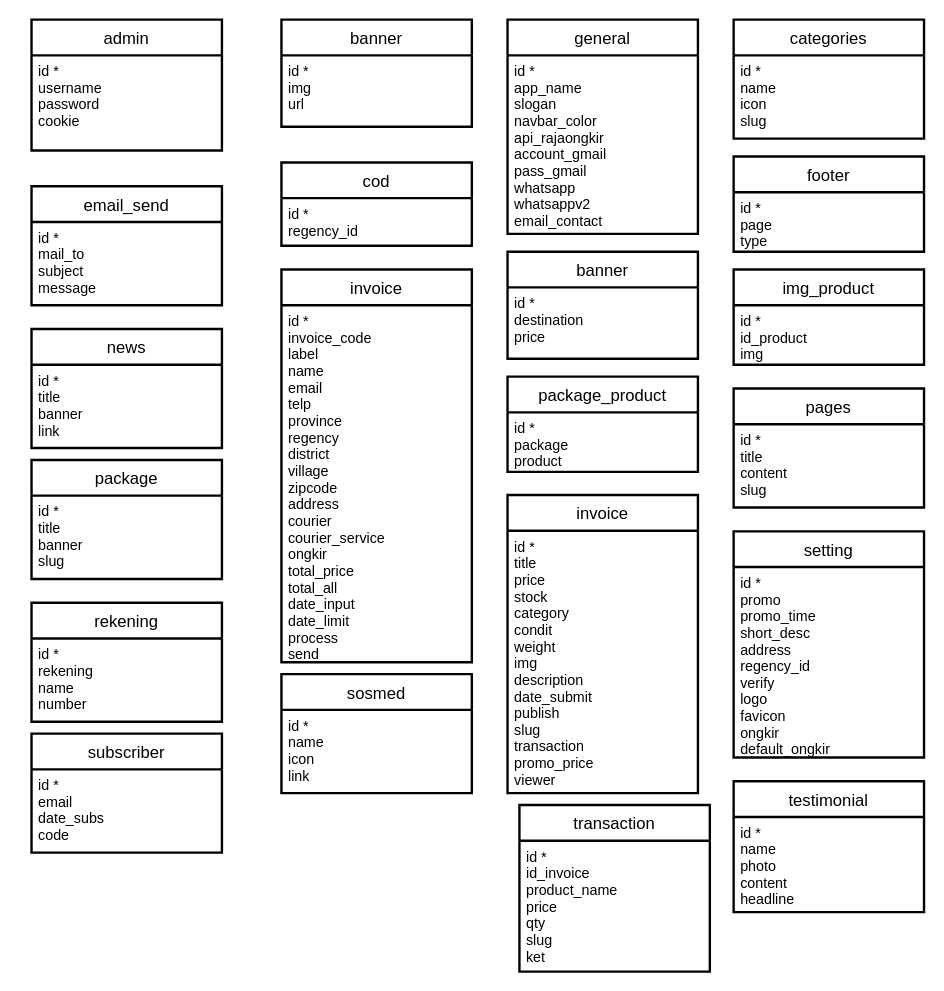
The draw.io diagram draw.io/Database.drawio in didikurniawann/skripsi, before the edit. Source tidied: cells renumbered, new cells numbered last; positions are measured from the earlier drawing's top-left corner, leaving out a move shared by most shapes. Both pictures are drawn from the tidied source at 119%, with x=0, y=0 at pixel (31, 19).
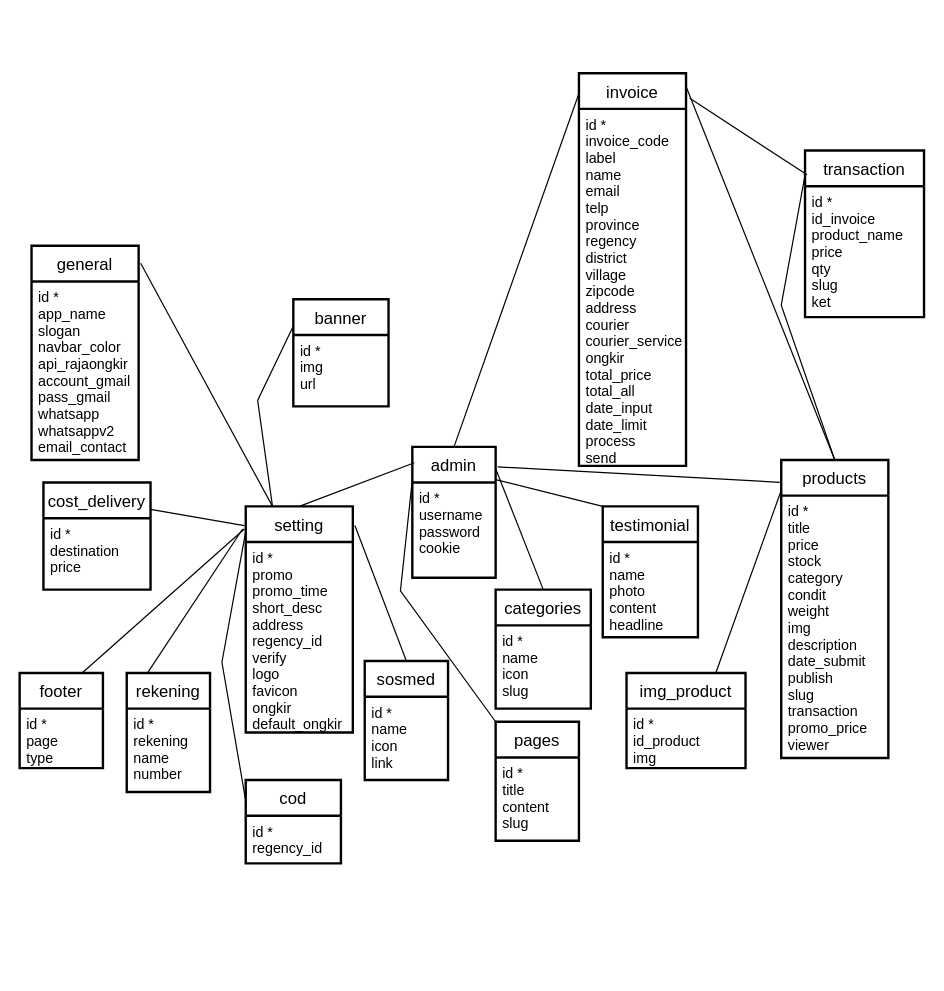
The same page after the edit.

What changed in the source:
```diff
@@
     <mxCell id="2" value="admin" style="swimlane;horizontal=1;startSize=30;rounded=1;fontSize=14;fontStyle=0;strokeWidth=2;shadow=0;dashed=0;align=center;arcSize=0;" parent="1" vertex="1">
-      <mxGeometry width="160" height="110" as="geometry" />
+      <mxGeometry x="320" y="359" width="70" height="110" as="geometry" />
     </mxCell>
     <mxCell id="3" value="id *&#10;username&#10;password&#10;cookie" style="align=left;strokeColor=none;fillColor=none;spacingLeft=4;fontSize=12;verticalAlign=top;fontStyle=0;" parent="2" vertex="1">
-      <mxGeometry y="30" width="160" height="80" as="geometry" />
+      <mxGeometry y="30" width="70" height="80" as="geometry" />
     </mxCell>
     <mxCell id="4" value="banner" style="swimlane;horizontal=1;startSize=30;rounded=1;fontSize=14;fontStyle=0;strokeWidth=2;shadow=0;dashed=0;align=center;arcSize=0;" parent="1" vertex="1">
-      <mxGeometry x="210" width="160" height="90" as="geometry" />
+      <mxGeometry x="220" y="235" width="80" height="90" as="geometry" />
     </mxCell>
     <mxCell id="5" value="id *&#10;img&#10;url" style="align=left;strokeColor=none;fillColor=none;spacingLeft=4;fontSize=12;verticalAlign=top;fontStyle=0;" parent="4" vertex="1">
-      <mxGeometry y="30" width="160" height="60" as="geometry" />
+      <mxGeometry y="30" width="80" height="60" as="geometry" />
     </mxCell>
     <mxCell id="6" value="categories" style="swimlane;horizontal=1;startSize=30;rounded=1;fontSize=14;fontStyle=0;strokeWidth=2;shadow=0;dashed=0;align=center;arcSize=0;" parent="1" vertex="1">
-      <mxGeometry x="590" width="160" height="100" as="geometry" />
+      <mxGeometry x="390" y="479" width="80" height="100" as="geometry" />
     </mxCell>
     <mxCell id="7" value="id *&#10;name&#10;icon&#10;slug" style="align=left;strokeColor=none;fillColor=none;spacingLeft=4;fontSize=12;verticalAlign=top;fontStyle=0;" parent="6" vertex="1">
-      <mxGeometry y="30" width="160" height="70" as="geometry" />
+      <mxGeometry y="30" width="80" height="70" as="geometry" />
     </mxCell>
     <mxCell id="8" value="cod" style="swimlane;horizontal=1;startSize=30;rounded=1;fontSize=14;fontStyle=0;strokeWidth=2;shadow=0;dashed=0;align=center;arcSize=0;" parent="1" vertex="1">
-      <mxGeometry x="210" y="120" width="160" height="70" as="geometry" />
+      <mxGeometry x="180" y="639" width="80" height="70" as="geometry" />
     </mxCell>
     <mxCell id="9" value="id *&#10;regency_id" style="align=left;strokeColor=none;fillColor=none;spacingLeft=4;fontSize=12;verticalAlign=top;fontStyle=0;" parent="8" vertex="1">
-      <mxGeometry y="30" width="160" height="40" as="geometry" />
+      <mxGeometry y="30" width="80" height="40" as="geometry" />
     </mxCell>
-    <mxCell id="10" value="banner" style="swimlane;horizontal=1;startSize=30;rounded=1;fontSize=14;fontStyle=0;strokeWidth=2;shadow=0;dashed=0;align=center;arcSize=0;" parent="1" vertex="1">
-      <mxGeometry x="400" y="195" width="160" height="90" as="geometry" />
+    <mxCell id="10" value="cost_delivery" style="swimlane;horizontal=1;startSize=30;rounded=1;fontSize=14;fontStyle=0;strokeWidth=2;shadow=0;dashed=0;align=center;arcSize=0;" parent="1" vertex="1">
+      <mxGeometry x="10" y="389" width="90" height="90" as="geometry" />
     </mxCell>
     <mxCell id="11" value="id *&#10;destination&#10;price" style="align=left;strokeColor=none;fillColor=none;spacingLeft=4;fontSize=12;verticalAlign=top;fontStyle=0;" parent="10" vertex="1">
-      <mxGeometry y="30" width="160" height="60" as="geometry" />
+      <mxGeometry y="30" width="90" height="60" as="geometry" />
     </mxCell>
-    <mxCell id="12" value="email_send" style="swimlane;horizontal=1;startSize=30;rounded=1;fontSize=14;fontStyle=0;strokeWidth=2;shadow=0;dashed=0;align=center;arcSize=0;" parent="1" vertex="1">
-      <mxGeometry y="140" width="160" height="100" as="geometry" />
-    </mxCell>
-    <mxCell id="13" value="id *&#10;mail_to&#10;subject&#10;message" style="align=left;strokeColor=none;fillColor=none;spacingLeft=4;fontSize=12;verticalAlign=top;fontStyle=0;" parent="12" vertex="1">
-      <mxGeometry y="30" width="160" height="70" as="geometry" />
-    </mxCell>
     <mxCell id="14" value="footer" style="swimlane;horizontal=1;startSize=30;rounded=1;fontSize=14;fontStyle=0;strokeWidth=2;shadow=0;dashed=0;align=center;arcSize=0;" parent="1" vertex="1">
-      <mxGeometry x="590" y="115" width="160" height="80" as="geometry" />
+      <mxGeometry x="-10" y="549" width="70" height="80" as="geometry" />
     </mxCell>
     <mxCell id="15" value="id *&#10;page&#10;type" style="align=left;strokeColor=none;fillColor=none;spacingLeft=4;fontSize=12;verticalAlign=top;fontStyle=0;" parent="14" vertex="1">
-      <mxGeometry y="30" width="160" height="50" as="geometry" />
+      <mxGeometry y="30" width="70" height="50" as="geometry" />
     </mxCell>
     <mxCell id="16" value="general" style="swimlane;horizontal=1;startSize=30;rounded=1;fontSize=14;fontStyle=0;strokeWidth=2;shadow=0;dashed=0;align=center;arcSize=0;" parent="1" vertex="1">
-      <mxGeometry x="400" width="160" height="180" as="geometry" />
+      <mxGeometry y="190" width="90" height="180" as="geometry" />
     </mxCell>
     <mxCell id="17" value="id *&#10;app_name&#10;slogan&#10;navbar_color&#10;api_rajaongkir&#10;account_gmail&#10;pass_gmail&#10;whatsapp&#10;whatsappv2&#10;email_contact" style="align=left;strokeColor=none;fillColor=none;spacingLeft=4;fontSize=12;verticalAlign=top;fontStyle=0;" parent="16" vertex="1">
-      <mxGeometry y="30" width="160" height="150" as="geometry" />
+      <mxGeometry y="30" width="90" height="150" as="geometry" />
     </mxCell>
     <mxCell id="18" value="img_product" style="swimlane;horizontal=1;startSize=30;rounded=1;fontSize=14;fontStyle=0;strokeWidth=2;shadow=0;dashed=0;align=center;arcSize=0;" parent="1" vertex="1">
-      <mxGeometry x="590" y="210" width="160" height="80" as="geometry" />
+      <mxGeometry x="500" y="549" width="100" height="80" as="geometry" />
     </mxCell>
     <mxCell id="19" value="id *&#10;id_product&#10;img" style="align=left;strokeColor=none;fillColor=none;spacingLeft=4;fontSize=12;verticalAlign=top;fontStyle=0;" parent="18" vertex="1">
-      <mxGeometry y="30" width="160" height="50" as="geometry" />
+      <mxGeometry y="30" width="100" height="50" as="geometry" />
     </mxCell>
     <mxCell id="20" value="invoice" style="swimlane;horizontal=1;startSize=30;rounded=1;fontSize=14;fontStyle=0;strokeWidth=2;shadow=0;dashed=0;align=center;arcSize=0;" parent="1" vertex="1">
-      <mxGeometry x="210" y="210" width="160" height="330" as="geometry" />
+      <mxGeometry x="460" y="45" width="90" height="330" as="geometry" />
     </mxCell>
     <mxCell id="21" value="id *&#10;invoice_code&#10;label&#10;name&#10;email&#10;telp&#10;province&#10;regency&#10;district&#10;village&#10;zipcode&#10;address&#10;courier&#10;courier_service&#10;ongkir&#10;total_price&#10;total_all&#10;date_input&#10;date_limit&#10;process&#10;send" style="align=left;strokeColor=none;fillColor=none;spacingLeft=4;fontSize=12;verticalAlign=top;fontStyle=0;" parent="20" vertex="1">
-      <mxGeometry y="30" width="160" height="300" as="geometry" />
+      <mxGeometry y="30" width="90" height="300" as="geometry" />
     </mxCell>
-    <mxCell id="22" value="news" style="swimlane;horizontal=1;startSize=30;rounded=1;fontSize=14;fontStyle=0;strokeWidth=2;shadow=0;dashed=0;align=center;arcSize=0;" parent="1" vertex="1">
-      <mxGeometry y="260" width="160" height="100" as="geometry" />
-    </mxCell>
-    <mxCell id="23" value="id *&#10;title&#10;banner&#10;link" style="align=left;strokeColor=none;fillColor=none;spacingLeft=4;fontSize=12;verticalAlign=top;fontStyle=0;" parent="22" vertex="1">
-      <mxGeometry y="30" width="160" height="70" as="geometry" />
-    </mxCell>
-    <mxCell id="24" value="package" style="swimlane;horizontal=1;startSize=30;rounded=1;fontSize=14;fontStyle=0;strokeWidth=2;shadow=0;dashed=0;align=center;arcSize=0;" parent="1" vertex="1">
-      <mxGeometry y="370" width="160" height="100" as="geometry" />
-    </mxCell>
-    <mxCell id="25" value="id *&#10;title&#10;banner&#10;slug" style="align=left;strokeColor=none;fillColor=none;spacingLeft=4;fontSize=12;verticalAlign=top;fontStyle=0;" parent="24" vertex="1">
-      <mxGeometry y="30" width="160" height="70" as="geometry" />
-    </mxCell>
-    <mxCell id="26" value="package_product" style="swimlane;horizontal=1;startSize=30;rounded=1;fontSize=14;fontStyle=0;strokeWidth=2;shadow=0;dashed=0;align=center;arcSize=0;" parent="1" vertex="1">
-      <mxGeometry x="400" y="300" width="160" height="80" as="geometry" />
-    </mxCell>
-    <mxCell id="27" value="id *&#10;package&#10;product" style="align=left;strokeColor=none;fillColor=none;spacingLeft=4;fontSize=12;verticalAlign=top;fontStyle=0;" parent="26" vertex="1">
-      <mxGeometry y="30" width="160" height="50" as="geometry" />
-    </mxCell>
     <mxCell id="28" value="pages" style="swimlane;horizontal=1;startSize=30;rounded=1;fontSize=14;fontStyle=0;strokeWidth=2;shadow=0;dashed=0;align=center;arcSize=0;" parent="1" vertex="1">
-      <mxGeometry x="590" y="310" width="160" height="100" as="geometry" />
+      <mxGeometry x="390" y="590" width="70" height="100" as="geometry" />
     </mxCell>
     <mxCell id="29" value="id *&#10;title&#10;content&#10;slug" style="align=left;strokeColor=none;fillColor=none;spacingLeft=4;fontSize=12;verticalAlign=top;fontStyle=0;" parent="28" vertex="1">
-      <mxGeometry y="30" width="160" height="70" as="geometry" />
+      <mxGeometry y="30" width="70" height="70" as="geometry" />
     </mxCell>
-    <mxCell id="30" value="invoice" style="swimlane;horizontal=1;startSize=30;rounded=1;fontSize=14;fontStyle=0;strokeWidth=2;shadow=0;dashed=0;align=center;arcSize=0;" parent="1" vertex="1">
-      <mxGeometry x="400" y="399.5" width="160" height="250.5" as="geometry" />
+    <mxCell id="30" value="products" style="swimlane;horizontal=1;startSize=30;rounded=1;fontSize=14;fontStyle=0;strokeWidth=2;shadow=0;dashed=0;align=center;arcSize=0;" parent="1" vertex="1">
+      <mxGeometry x="630" y="370" width="90" height="250.5" as="geometry" />
     </mxCell>
     <mxCell id="31" value="id *&#10;title&#10;price&#10;stock&#10;category&#10;condit&#10;weight&#10;img&#10;description&#10;date_submit&#10;publish&#10;slug&#10;transaction&#10;promo_price&#10;viewer" style="align=left;strokeColor=none;fillColor=none;spacingLeft=4;fontSize=12;verticalAlign=top;fontStyle=0;" parent="30" vertex="1">
-      <mxGeometry y="30" width="160" height="220.5" as="geometry" />
+      <mxGeometry y="30" width="90" height="220.5" as="geometry" />
     </mxCell>
     <mxCell id="32" value="rekening" style="swimlane;horizontal=1;startSize=30;rounded=1;fontSize=14;fontStyle=0;strokeWidth=2;shadow=0;dashed=0;align=center;arcSize=0;" parent="1" vertex="1">
-      <mxGeometry y="490" width="160" height="100" as="geometry" />
+      <mxGeometry x="80" y="549" width="70" height="100" as="geometry" />
     </mxCell>
     <mxCell id="33" value="id *&#10;rekening&#10;name&#10;number" style="align=left;strokeColor=none;fillColor=none;spacingLeft=4;fontSize=12;verticalAlign=top;fontStyle=0;" parent="32" vertex="1">
-      <mxGeometry y="30" width="160" height="70" as="geometry" />
+      <mxGeometry y="30" width="70" height="70" as="geometry" />
     </mxCell>
     <mxCell id="34" value="setting" style="swimlane;horizontal=1;startSize=30;rounded=1;fontSize=14;fontStyle=0;strokeWidth=2;shadow=0;dashed=0;align=center;arcSize=0;" parent="1" vertex="1">
-      <mxGeometry x="590" y="430" width="160" height="190" as="geometry" />
+      <mxGeometry x="180" y="409" width="90" height="190" as="geometry" />
     </mxCell>
     <mxCell id="35" value="id *&#10;promo&#10;promo_time&#10;short_desc&#10;address&#10;regency_id&#10;verify&#10;logo&#10;favicon&#10;ongkir&#10;default_ongkir" style="align=left;strokeColor=none;fillColor=none;spacingLeft=4;fontSize=12;verticalAlign=top;fontStyle=0;" parent="34" vertex="1">
-      <mxGeometry y="30" width="160" height="160" as="geometry" />
+      <mxGeometry y="30" width="90" height="160" as="geometry" />
     </mxCell>
     <mxCell id="36" value="sosmed" style="swimlane;horizontal=1;startSize=30;rounded=1;fontSize=14;fontStyle=0;strokeWidth=2;shadow=0;dashed=0;align=center;arcSize=0;" parent="1" vertex="1">
-      <mxGeometry x="210" y="550" width="160" height="100" as="geometry" />
+      <mxGeometry x="280" y="539" width="70" height="100" as="geometry" />
     </mxCell>
     <mxCell id="37" value="id *&#10;name&#10;icon&#10;link" style="align=left;strokeColor=none;fillColor=none;spacingLeft=4;fontSize=12;verticalAlign=top;fontStyle=0;" parent="36" vertex="1">
-      <mxGeometry y="30" width="160" height="70" as="geometry" />
+      <mxGeometry y="30" width="70" height="70" as="geometry" />
     </mxCell>
-    <mxCell id="38" value="subscriber" style="swimlane;horizontal=1;startSize=30;rounded=1;fontSize=14;fontStyle=0;strokeWidth=2;shadow=0;dashed=0;align=center;arcSize=0;" parent="1" vertex="1">
-      <mxGeometry y="600" width="160" height="100" as="geometry" />
-    </mxCell>
-    <mxCell id="39" value="id *&#10;email&#10;date_subs&#10;code" style="align=left;strokeColor=none;fillColor=none;spacingLeft=4;fontSize=12;verticalAlign=top;fontStyle=0;" parent="38" vertex="1">
-      <mxGeometry y="30" width="160" height="70" as="geometry" />
-    </mxCell>
     <mxCell id="40" value="testimonial" style="swimlane;horizontal=1;startSize=30;rounded=1;fontSize=14;fontStyle=0;strokeWidth=2;shadow=0;dashed=0;align=center;arcSize=0;" parent="1" vertex="1">
-      <mxGeometry x="590" y="640" width="160" height="110" as="geometry" />
+      <mxGeometry x="480" y="409" width="80" height="110" as="geometry" />
     </mxCell>
     <mxCell id="41" value="id *&#10;name&#10;photo&#10;content&#10;headline" style="align=left;strokeColor=none;fillColor=none;spacingLeft=4;fontSize=12;verticalAlign=top;fontStyle=0;" parent="40" vertex="1">
-      <mxGeometry y="30" width="160" height="80" as="geometry" />
+      <mxGeometry y="30" width="80" height="80" as="geometry" />
     </mxCell>
     <mxCell id="42" value="transaction" style="swimlane;horizontal=1;startSize=30;rounded=1;fontSize=14;fontStyle=0;strokeWidth=2;shadow=0;dashed=0;align=center;arcSize=0;" parent="1" vertex="1">
-      <mxGeometry x="410" y="660" width="160" height="140" as="geometry" />
+      <mxGeometry x="650" y="110" width="100" height="140" as="geometry" />
     </mxCell>
     <mxCell id="43" value="id *&#10;id_invoice&#10;product_name&#10;price&#10;qty&#10;slug&#10;ket" style="align=left;strokeColor=none;fillColor=none;spacingLeft=4;fontSize=12;verticalAlign=top;fontStyle=0;" parent="42" vertex="1">
-      <mxGeometry y="30" width="160" height="110" as="geometry" />
+      <mxGeometry y="30" width="100" height="110" as="geometry" />
     </mxCell>
+    <mxCell id="44" style="endArrow=none;html=1;rounded=0;strokeColor=default;exitX=0.5;exitY=0;exitDx=0;exitDy=0;entryX=1.019;entryY=0.085;entryDx=0;entryDy=0;entryPerimeter=0;" parent="1" edge="1" source="36" target="34">
+      <mxGeometry relative="1" as="geometry" />
+    </mxCell>
+    <mxCell id="45" style="endArrow=none;html=1;rounded=0;strokeColor=default;entryX=-0.029;entryY=0.1;entryDx=0;entryDy=0;entryPerimeter=0;exitX=0.25;exitY=0;exitDx=0;exitDy=0;" parent="1" edge="1" source="32" target="34">
+      <mxGeometry relative="1" as="geometry" />
+    </mxCell>
+    <mxCell id="46" style="endArrow=none;html=1;rounded=0;strokeColor=default;entryX=1.024;entryY=0.153;entryDx=0;entryDy=0;entryPerimeter=0;exitX=-0.013;exitY=0.075;exitDx=0;exitDy=0;exitPerimeter=0;" parent="1" edge="1" source="30" target="2">
+      <mxGeometry relative="1" as="geometry" />
+    </mxCell>
+    <mxCell id="47" style="endArrow=none;html=1;rounded=0;strokeColor=default;exitX=0.5;exitY=0;exitDx=0;exitDy=0;entryX=0.024;entryY=0.121;entryDx=0;entryDy=0;entryPerimeter=0;" parent="1" edge="1" source="34" target="2">
+      <mxGeometry relative="1" as="geometry" />
+    </mxCell>
+    <mxCell id="48" style="endArrow=none;html=1;rounded=0;strokeColor=default;entryX=0.5;entryY=0;entryDx=0;entryDy=0;exitX=1.004;exitY=0.173;exitDx=0;exitDy=0;exitPerimeter=0;" parent="1" edge="1" source="2" target="6">
+      <mxGeometry relative="1" as="geometry" />
+    </mxCell>
+    <mxCell id="49" style="endArrow=none;html=1;rounded=0;strokeColor=default;exitX=0.75;exitY=0;exitDx=0;exitDy=0;entryX=-0.013;entryY=0.1;entryDx=0;entryDy=0;entryPerimeter=0;" parent="1" edge="1" source="14" target="34">
+      <mxGeometry relative="1" as="geometry" />
+    </mxCell>
+    <mxCell id="50" style="endArrow=none;html=1;rounded=0;strokeColor=default;exitX=1;exitY=0.25;exitDx=0;exitDy=0;entryX=-0.013;entryY=0.085;entryDx=0;entryDy=0;entryPerimeter=0;" parent="1" edge="1" source="10" target="34">
+      <mxGeometry relative="1" as="geometry" />
+    </mxCell>
+    <mxCell id="51" style="endArrow=none;html=1;rounded=0;strokeColor=default;exitX=1;exitY=0.25;exitDx=0;exitDy=0;entryX=0;entryY=0;entryDx=0;entryDy=0;" parent="1" edge="1" source="2" target="40">
+      <mxGeometry relative="1" as="geometry" />
+    </mxCell>
+    <mxCell id="52" style="endArrow=none;html=1;rounded=0;strokeColor=default;exitX=0.5;exitY=0;exitDx=0;exitDy=0;entryX=0.003;entryY=0.049;entryDx=0;entryDy=0;entryPerimeter=0;" parent="1" edge="1" source="2" target="20">
+      <mxGeometry relative="1" as="geometry" />
+    </mxCell>
+    <mxCell id="53" style="endArrow=none;html=1;rounded=0;strokeColor=default;entryX=1.003;entryY=0.036;entryDx=0;entryDy=0;exitX=0.5;exitY=0;exitDx=0;exitDy=0;entryPerimeter=0;" parent="1" edge="1" source="30" target="20">
+      <mxGeometry relative="1" as="geometry" />
+    </mxCell>
+    <mxCell id="54" style="endArrow=none;html=1;rounded=0;strokeColor=default;entryX=0.25;entryY=0;entryDx=0;entryDy=0;exitX=1.019;exitY=0.082;exitDx=0;exitDy=0;exitPerimeter=0;" parent="1" edge="1" source="16" target="34">
+      <mxGeometry relative="1" as="geometry" />
+    </mxCell>
+    <mxCell id="55" style="endArrow=none;html=1;rounded=0;strokeColor=default;exitX=0;exitY=0.25;exitDx=0;exitDy=0;" parent="1" edge="1" source="8">
+      <mxGeometry relative="1" as="geometry">
+        <mxPoint x="180" y="430" as="targetPoint" />
+        <Array as="points">
+          <mxPoint x="160" y="540" />
+        </Array>
+      </mxGeometry>
+    </mxCell>
+    <mxCell id="56" style="endArrow=none;html=1;rounded=0;strokeColor=default;entryX=0;entryY=0.25;entryDx=0;entryDy=0;exitX=0;exitY=0;exitDx=0;exitDy=0;" parent="1" edge="1" source="28" target="2">
+      <mxGeometry relative="1" as="geometry">
+        <Array as="points">
+          <mxPoint x="310" y="480" />
+        </Array>
+      </mxGeometry>
+    </mxCell>
+    <mxCell id="57" style="endArrow=none;html=1;rounded=0;strokeColor=default;exitX=0.017;exitY=0.146;exitDx=0;exitDy=0;entryX=1.035;entryY=0.064;entryDx=0;entryDy=0;entryPerimeter=0;exitPerimeter=0;" parent="1" edge="1" source="42" target="20">
+      <mxGeometry relative="1" as="geometry" />
+    </mxCell>
+    <mxCell id="58" style="endArrow=none;html=1;rounded=0;strokeColor=default;entryX=0;entryY=0.25;entryDx=0;entryDy=0;exitX=0.25;exitY=0;exitDx=0;exitDy=0;" parent="1" edge="1" source="34" target="4">
+      <mxGeometry relative="1" as="geometry">
+        <Array as="points">
+          <mxPoint x="190" y="320" />
+        </Array>
+      </mxGeometry>
+    </mxCell>
+    <mxCell id="59" style="endArrow=none;html=1;rounded=0;strokeColor=default;entryX=0.003;entryY=0.136;entryDx=0;entryDy=0;entryPerimeter=0;exitX=0.5;exitY=0;exitDx=0;exitDy=0;" parent="1" edge="1" source="30" target="42">
+      <mxGeometry relative="1" as="geometry">
+        <Array as="points">
+          <mxPoint x="630" y="240" />
+        </Array>
+      </mxGeometry>
+    </mxCell>
+    <mxCell id="60" style="endArrow=none;html=1;rounded=0;strokeColor=default;exitX=0.75;exitY=0;exitDx=0;exitDy=0;entryX=0.003;entryY=0.099;entryDx=0;entryDy=0;entryPerimeter=0;" parent="1" edge="1" source="18" target="30">
+      <mxGeometry relative="1" as="geometry" />
+    </mxCell>
```
